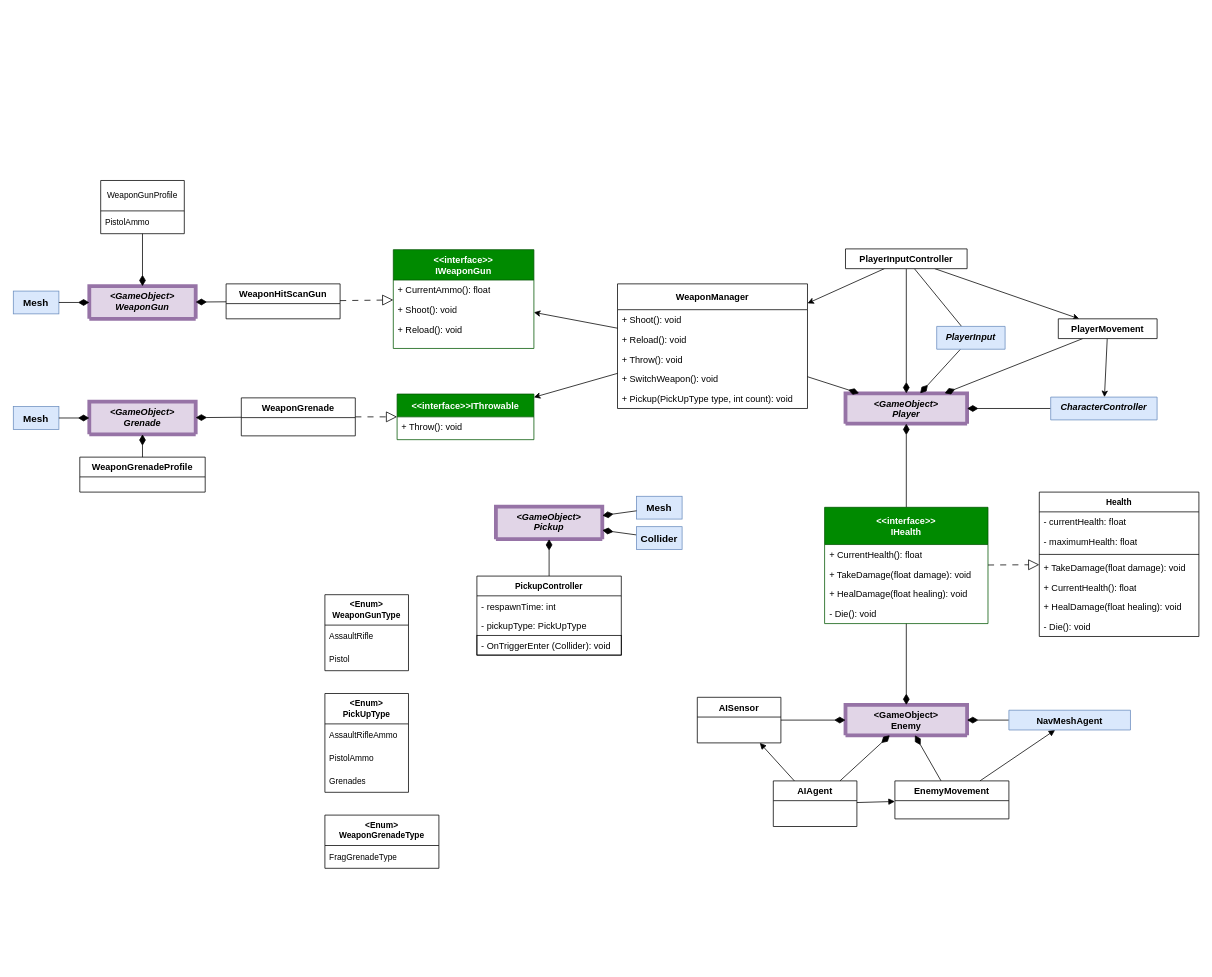
dana-jadzia/SGD213_Task-2-Wiki keeps this draw.io diagram as Entities.drawio. Above is the earlier version. Source tidied: cells renumbered, new cells numbered last; positions are measured from the earlier drawing's top-left corner, leaving out a move shared by most shapes. Both pictures are drawn from the tidied source at 76%, with x=0, y=0 at pixel (13, 180).
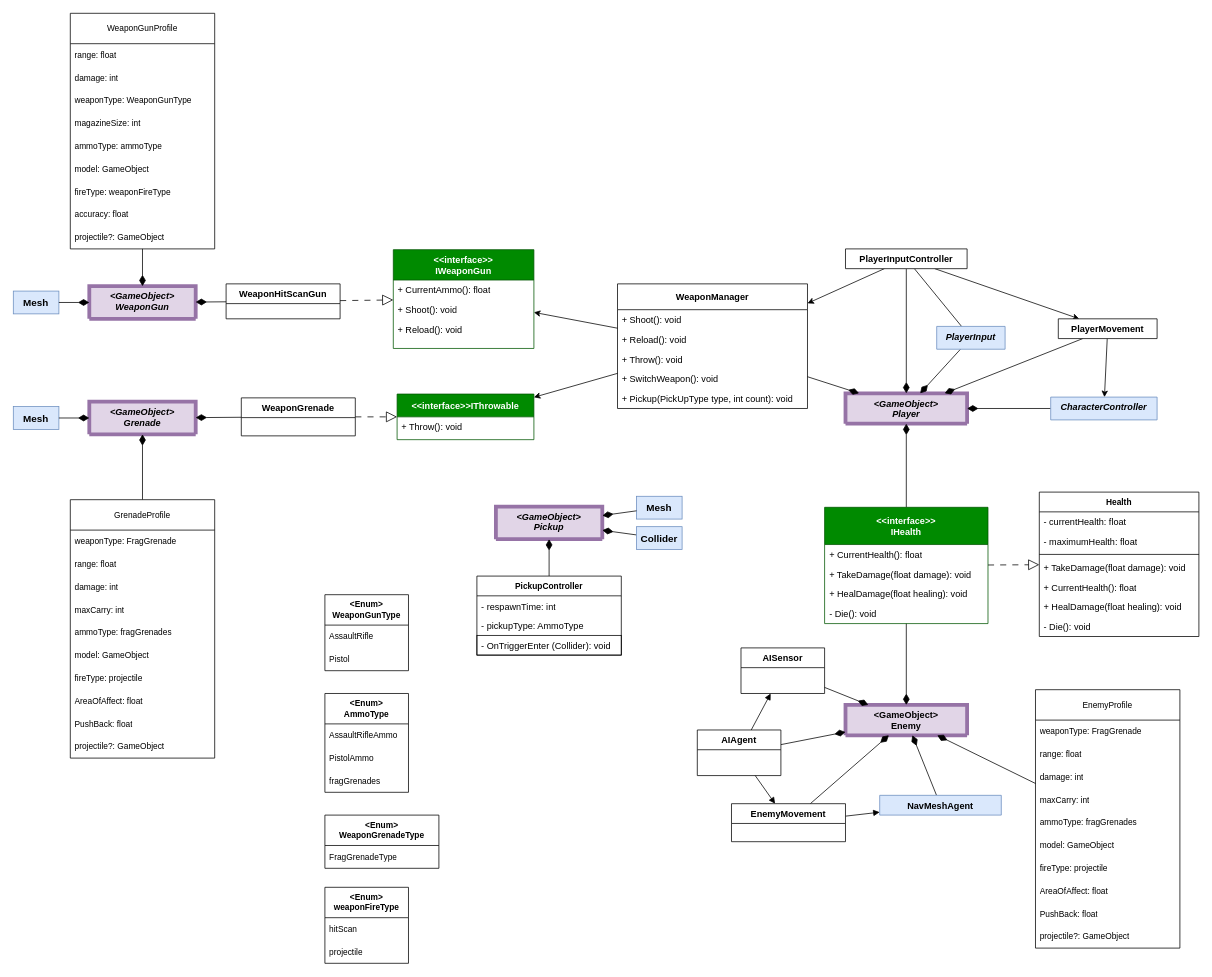
The same diagram, later.

Unchanged cells that the change refers to:
```xml
<mxCell id="3" value="&lt;GameObject&gt;&#10;Enemy" style="swimlane;fontStyle=1;align=center;verticalAlign=top;horizontal=1;startSize=40;rounded=0;shadow=0;strokeWidth=5;fillColor=#e1d5e7;strokeColor=#9673a6;" parent="1" vertex="1" collapsed="1">
  <mxGeometry x="1095" y="690" width="160" height="40" as="geometry" />
</mxCell>
<mxCell id="59" value="PickupController" style="swimlane;fontStyle=1;align=center;verticalAlign=top;horizontal=1;startSize=26;whiteSpace=wrap;html=1;fontFamily=Helvetica;fontSize=11;fontColor=default;labelBackgroundColor=default;strokeColor=default;" parent="1" vertex="1">
  <mxGeometry x="610" y="520.5" width="190" height="104" as="geometry" />
</mxCell>
<mxCell id="74" value="&lt;GameObject&gt;&#10;Grenade" style="swimlane;fontStyle=3;align=center;verticalAlign=top;horizontal=1;startSize=43;rounded=0;shadow=0;strokeWidth=5;fillColor=#e1d5e7;strokeColor=#9673a6;" parent="1" vertex="1" collapsed="1">
  <mxGeometry x="100" y="291" width="140" height="43" as="geometry" />
</mxCell>
```

Change to the diagram source:
```diff
@@
     <mxCell id="26" value="AIAgent" style="swimlane;fontStyle=1;align=center;verticalAlign=top;horizontal=1;startSize=26;rounded=0;shadow=0;strokeWidth=1;" parent="1" vertex="1">
-      <mxGeometry x="1000" y="790" width="110" height="60" as="geometry" />
+      <mxGeometry x="900" y="723" width="110" height="60" as="geometry" />
     </mxCell>
@@
     <mxCell id="29" value="EnemyMovement" style="swimlane;fontStyle=1;align=center;verticalAlign=top;horizontal=1;startSize=26;rounded=0;shadow=0;strokeWidth=1;" parent="1" vertex="1">
-      <mxGeometry x="1160" y="790" width="150" height="50" as="geometry" />
+      <mxGeometry x="945" y="820" width="150" height="50" as="geometry" />
     </mxCell>
@@
     <mxCell id="32" value="AISensor" style="swimlane;fontStyle=1;align=center;verticalAlign=top;horizontal=1;startSize=26;rounded=0;shadow=0;strokeWidth=1;" parent="1" vertex="1">
-      <mxGeometry x="900" y="680" width="110" height="60" as="geometry" />
+      <mxGeometry x="957.5" y="615" width="110" height="60" as="geometry" />
     </mxCell>
@@
     <mxCell id="34" value="NavMeshAgent" style="swimlane;fontStyle=1;align=center;verticalAlign=top;horizontal=1;startSize=26;rounded=0;shadow=0;strokeWidth=1;fillColor=#dae8fc;strokeColor=#6c8ebf;" parent="1" vertex="1" collapsed="1">
-      <mxGeometry x="1310" y="697" width="160" height="26" as="geometry" />
+      <mxGeometry x="1140" y="809" width="160" height="26" as="geometry" />
     </mxCell>
@@
-    <mxCell id="61" value="- pickupType: PickUpType" style="text;strokeColor=none;fillColor=none;align=left;verticalAlign=top;spacingLeft=4;spacingRight=4;overflow=hidden;whiteSpace=wrap;html=1;" parent="59" vertex="1">
+    <mxCell id="61" value="- pickupType: AmmoType" style="text;strokeColor=none;fillColor=none;align=left;verticalAlign=top;spacingLeft=4;spacingRight=4;overflow=hidden;whiteSpace=wrap;html=1;" parent="59" vertex="1">
       <mxGeometry y="52" width="190" height="26" as="geometry" />
     </mxCell>
@@
-    <mxCell id="63" value="&lt;div&gt;&lt;b&gt;&amp;lt;Enum&amp;gt;&lt;/b&gt;&lt;/div&gt;&lt;div&gt;&lt;b&gt;PickUpType&lt;/b&gt;&lt;/div&gt;" style="swimlane;fontStyle=0;horizontal=1;startSize=40;whiteSpace=wrap;html=1;fontFamily=Helvetica;fontSize=11;fontColor=default;labelBackgroundColor=default;" parent="1" vertex="1">
+    <mxCell id="63" value="&lt;div&gt;&lt;b&gt;&amp;lt;Enum&amp;gt;&lt;/b&gt;&lt;/div&gt;&lt;div&gt;&lt;b&gt;AmmoType&lt;/b&gt;&lt;/div&gt;" style="swimlane;fontStyle=0;horizontal=1;startSize=40;whiteSpace=wrap;html=1;fontFamily=Helvetica;fontSize=11;fontColor=default;labelBackgroundColor=default;" parent="1" vertex="1">
       <mxGeometry x="410" y="675" width="110" height="130" as="geometry" />
     </mxCell>
@@
-    <mxCell id="66" value="Grenades" style="text;strokeColor=none;fillColor=none;align=left;verticalAlign=middle;spacingLeft=4;spacingRight=4;overflow=hidden;whiteSpace=wrap;html=1;fontFamily=Helvetica;fontSize=11;fontColor=default;labelBackgroundColor=default;" parent="63" vertex="1">
+    <mxCell id="66" value="fragGrenades" style="text;strokeColor=none;fillColor=none;align=left;verticalAlign=middle;spacingLeft=4;spacingRight=4;overflow=hidden;whiteSpace=wrap;html=1;fontFamily=Helvetica;fontSize=11;fontColor=default;labelBackgroundColor=default;" parent="63" vertex="1">
       <mxGeometry y="100" width="110" height="30" as="geometry" />
     </mxCell>
@@
-    <mxCell id="83" value="WeaponGrenadeProfile" style="swimlane;fontStyle=1;align=center;verticalAlign=top;horizontal=1;startSize=26;rounded=0;shadow=0;strokeWidth=1;" parent="1" vertex="1">
-      <mxGeometry x="87.5" y="364" width="165" height="46" as="geometry" />
-    </mxCell>
-    <mxCell id="84" style="rounded=0;jettySize=auto;html=1;endArrow=diamondThin;endFill=1;endSize=12;" parent="1" edge="1" source="83" target="74">
+    <mxCell id="84" style="rounded=0;jettySize=auto;html=1;endArrow=diamondThin;endFill=1;endSize=12;" parent="1" edge="1" source="105" target="74">
       <mxGeometry relative="1" as="geometry" />
     </mxCell>
@@
     <mxCell id="92" value="WeaponGunProfile" style="swimlane;fontStyle=0;horizontal=1;startSize=40;whiteSpace=wrap;html=1;fontFamily=Helvetica;fontSize=11;fontColor=default;labelBackgroundColor=default;" parent="1" vertex="1">
-      <mxGeometry x="115" width="110" height="70" as="geometry" />
+      <mxGeometry x="75" y="-220" width="190" height="310" as="geometry" />
     </mxCell>
-    <mxCell id="93" value="PistolAmmo" style="text;strokeColor=none;fillColor=none;align=left;verticalAlign=middle;spacingLeft=4;spacingRight=4;overflow=hidden;whiteSpace=wrap;html=1;fontFamily=Helvetica;fontSize=11;fontColor=default;labelBackgroundColor=default;" parent="92" vertex="1">
-      <mxGeometry y="40" width="110" height="30" as="geometry" />
+    <mxCell id="93" value="range: float" style="text;strokeColor=none;fillColor=none;align=left;verticalAlign=middle;spacingLeft=4;spacingRight=4;overflow=hidden;whiteSpace=wrap;html=1;fontFamily=Helvetica;fontSize=11;fontColor=default;labelBackgroundColor=default;" parent="92" vertex="1">
+      <mxGeometry y="40" width="190" height="30" as="geometry" />
     </mxCell>
+    <mxCell id="94" value="damage: int" style="text;strokeColor=none;fillColor=none;align=left;verticalAlign=middle;spacingLeft=4;spacingRight=4;overflow=hidden;whiteSpace=wrap;html=1;fontFamily=Helvetica;fontSize=11;fontColor=default;labelBackgroundColor=default;" parent="92" vertex="1">
+      <mxGeometry y="70" width="190" height="30" as="geometry" />
+    </mxCell>
+    <mxCell id="95" value="weaponType: WeaponGunType" style="text;strokeColor=none;fillColor=none;align=left;verticalAlign=middle;spacingLeft=4;spacingRight=4;overflow=hidden;whiteSpace=wrap;html=1;fontFamily=Helvetica;fontSize=11;fontColor=default;labelBackgroundColor=default;" parent="92" vertex="1">
+      <mxGeometry y="100" width="190" height="30" as="geometry" />
+    </mxCell>
+    <mxCell id="96" value="magazineSize: int" style="text;strokeColor=none;fillColor=none;align=left;verticalAlign=middle;spacingLeft=4;spacingRight=4;overflow=hidden;whiteSpace=wrap;html=1;fontFamily=Helvetica;fontSize=11;fontColor=default;labelBackgroundColor=default;" parent="92" vertex="1">
+      <mxGeometry y="130" width="190" height="30" as="geometry" />
+    </mxCell>
+    <mxCell id="97" value="ammoType: ammoType" style="text;strokeColor=none;fillColor=none;align=left;verticalAlign=middle;spacingLeft=4;spacingRight=4;overflow=hidden;whiteSpace=wrap;html=1;fontFamily=Helvetica;fontSize=11;fontColor=default;labelBackgroundColor=default;" parent="92" vertex="1">
+      <mxGeometry y="160" width="190" height="30" as="geometry" />
+    </mxCell>
+    <mxCell id="98" value="model: GameObject" style="text;strokeColor=none;fillColor=none;align=left;verticalAlign=middle;spacingLeft=4;spacingRight=4;overflow=hidden;whiteSpace=wrap;html=1;fontFamily=Helvetica;fontSize=11;fontColor=default;labelBackgroundColor=default;" parent="92" vertex="1">
+      <mxGeometry y="190" width="190" height="30" as="geometry" />
+    </mxCell>
+    <mxCell id="99" value="fireType: weaponFireType" style="text;strokeColor=none;fillColor=none;align=left;verticalAlign=middle;spacingLeft=4;spacingRight=4;overflow=hidden;whiteSpace=wrap;html=1;fontFamily=Helvetica;fontSize=11;fontColor=default;labelBackgroundColor=default;" parent="92" vertex="1">
+      <mxGeometry y="220" width="190" height="30" as="geometry" />
+    </mxCell>
+    <mxCell id="100" value="accuracy: float" style="text;strokeColor=none;fillColor=none;align=left;verticalAlign=middle;spacingLeft=4;spacingRight=4;overflow=hidden;whiteSpace=wrap;html=1;fontFamily=Helvetica;fontSize=11;fontColor=default;labelBackgroundColor=default;" parent="92" vertex="1">
+      <mxGeometry y="250" width="190" height="30" as="geometry" />
+    </mxCell>
+    <mxCell id="101" value="projectile?: GameObject" style="text;strokeColor=none;fillColor=none;align=left;verticalAlign=middle;spacingLeft=4;spacingRight=4;overflow=hidden;whiteSpace=wrap;html=1;fontFamily=Helvetica;fontSize=11;fontColor=default;labelBackgroundColor=default;" parent="92" vertex="1">
+      <mxGeometry y="280" width="190" height="30" as="geometry" />
+    </mxCell>
+    <mxCell id="102" value="&lt;div&gt;&lt;b&gt;&amp;lt;Enum&amp;gt;&lt;/b&gt;&lt;/div&gt;&lt;div&gt;&lt;b&gt;weaponFireType&lt;/b&gt;&lt;/div&gt;" style="swimlane;fontStyle=0;horizontal=1;startSize=40;whiteSpace=wrap;html=1;fontFamily=Helvetica;fontSize=11;fontColor=default;labelBackgroundColor=default;" parent="1" vertex="1">
+      <mxGeometry x="410" y="930" width="110" height="100" as="geometry" />
+    </mxCell>
+    <mxCell id="103" value="hitScan" style="text;strokeColor=none;fillColor=none;align=left;verticalAlign=middle;spacingLeft=4;spacingRight=4;overflow=hidden;whiteSpace=wrap;html=1;fontFamily=Helvetica;fontSize=11;fontColor=default;labelBackgroundColor=default;" parent="102" vertex="1">
+      <mxGeometry y="40" width="110" height="30" as="geometry" />
+    </mxCell>
+    <mxCell id="104" value="projectile" style="text;strokeColor=none;fillColor=none;align=left;verticalAlign=middle;spacingLeft=4;spacingRight=4;overflow=hidden;whiteSpace=wrap;html=1;fontFamily=Helvetica;fontSize=11;fontColor=default;labelBackgroundColor=default;" parent="102" vertex="1">
+      <mxGeometry y="70" width="110" height="30" as="geometry" />
+    </mxCell>
+    <mxCell id="105" value="GrenadeProfile" style="swimlane;fontStyle=0;horizontal=1;startSize=40;whiteSpace=wrap;html=1;fontFamily=Helvetica;fontSize=11;fontColor=default;labelBackgroundColor=default;" parent="1" vertex="1">
+      <mxGeometry x="75" y="420" width="190" height="340" as="geometry" />
+    </mxCell>
+    <mxCell id="106" value="weaponType: FragGrenade" style="text;strokeColor=none;fillColor=none;align=left;verticalAlign=middle;spacingLeft=4;spacingRight=4;overflow=hidden;whiteSpace=wrap;html=1;fontFamily=Helvetica;fontSize=11;fontColor=default;labelBackgroundColor=default;" parent="105" vertex="1">
+      <mxGeometry y="40" width="190" height="30" as="geometry" />
+    </mxCell>
+    <mxCell id="107" value="range: float" style="text;strokeColor=none;fillColor=none;align=left;verticalAlign=middle;spacingLeft=4;spacingRight=4;overflow=hidden;whiteSpace=wrap;html=1;fontFamily=Helvetica;fontSize=11;fontColor=default;labelBackgroundColor=default;" parent="105" vertex="1">
+      <mxGeometry y="70" width="190" height="30" as="geometry" />
+    </mxCell>
+    <mxCell id="108" value="damage: int" style="text;strokeColor=none;fillColor=none;align=left;verticalAlign=middle;spacingLeft=4;spacingRight=4;overflow=hidden;whiteSpace=wrap;html=1;fontFamily=Helvetica;fontSize=11;fontColor=default;labelBackgroundColor=default;" parent="105" vertex="1">
+      <mxGeometry y="100" width="190" height="30" as="geometry" />
+    </mxCell>
+    <mxCell id="109" value="maxCarry: int" style="text;strokeColor=none;fillColor=none;align=left;verticalAlign=middle;spacingLeft=4;spacingRight=4;overflow=hidden;whiteSpace=wrap;html=1;fontFamily=Helvetica;fontSize=11;fontColor=default;labelBackgroundColor=default;" parent="105" vertex="1">
+      <mxGeometry y="130" width="190" height="30" as="geometry" />
+    </mxCell>
+    <mxCell id="110" value="ammoType: fragGrenades" style="text;strokeColor=none;fillColor=none;align=left;verticalAlign=middle;spacingLeft=4;spacingRight=4;overflow=hidden;whiteSpace=wrap;html=1;fontFamily=Helvetica;fontSize=11;fontColor=default;labelBackgroundColor=default;" parent="105" vertex="1">
+      <mxGeometry y="160" width="190" height="30" as="geometry" />
+    </mxCell>
+    <mxCell id="111" value="model: GameObject" style="text;strokeColor=none;fillColor=none;align=left;verticalAlign=middle;spacingLeft=4;spacingRight=4;overflow=hidden;whiteSpace=wrap;html=1;fontFamily=Helvetica;fontSize=11;fontColor=default;labelBackgroundColor=default;" parent="105" vertex="1">
+      <mxGeometry y="190" width="190" height="30" as="geometry" />
+    </mxCell>
+    <mxCell id="112" value="fireType: projectile" style="text;strokeColor=none;fillColor=none;align=left;verticalAlign=middle;spacingLeft=4;spacingRight=4;overflow=hidden;whiteSpace=wrap;html=1;fontFamily=Helvetica;fontSize=11;fontColor=default;labelBackgroundColor=default;" parent="105" vertex="1">
+      <mxGeometry y="220" width="190" height="30" as="geometry" />
+    </mxCell>
+    <mxCell id="113" value="AreaOfAffect: float" style="text;strokeColor=none;fillColor=none;align=left;verticalAlign=middle;spacingLeft=4;spacingRight=4;overflow=hidden;whiteSpace=wrap;html=1;fontFamily=Helvetica;fontSize=11;fontColor=default;labelBackgroundColor=default;" parent="105" vertex="1">
+      <mxGeometry y="250" width="190" height="30" as="geometry" />
+    </mxCell>
+    <mxCell id="114" value="PushBack: float" style="text;strokeColor=none;fillColor=none;align=left;verticalAlign=middle;spacingLeft=4;spacingRight=4;overflow=hidden;whiteSpace=wrap;html=1;fontFamily=Helvetica;fontSize=11;fontColor=default;labelBackgroundColor=default;" parent="105" vertex="1">
+      <mxGeometry y="280" width="190" height="30" as="geometry" />
+    </mxCell>
+    <mxCell id="115" value="projectile?: GameObject" style="text;strokeColor=none;fillColor=none;align=left;verticalAlign=middle;spacingLeft=4;spacingRight=4;overflow=hidden;whiteSpace=wrap;html=1;fontFamily=Helvetica;fontSize=11;fontColor=default;labelBackgroundColor=default;" parent="105" vertex="1">
+      <mxGeometry y="310" width="190" height="30" as="geometry" />
+    </mxCell>
+    <mxCell id="116" style="rounded=0;jettySize=auto;html=1;endArrow=diamondThin;endFill=1;endSize=12;" parent="1" edge="1" source="117" target="3">
+      <mxGeometry relative="1" as="geometry" />
+    </mxCell>
+    <mxCell id="117" value="EnemyProfile" style="swimlane;fontStyle=0;horizontal=1;startSize=40;whiteSpace=wrap;html=1;fontFamily=Helvetica;fontSize=11;fontColor=default;labelBackgroundColor=default;" parent="1" vertex="1">
+      <mxGeometry x="1345" y="670" width="190" height="340" as="geometry" />
+    </mxCell>
+    <mxCell id="118" value="weaponType: FragGrenade" style="text;strokeColor=none;fillColor=none;align=left;verticalAlign=middle;spacingLeft=4;spacingRight=4;overflow=hidden;whiteSpace=wrap;html=1;fontFamily=Helvetica;fontSize=11;fontColor=default;labelBackgroundColor=default;" parent="117" vertex="1">
+      <mxGeometry y="40" width="190" height="30" as="geometry" />
+    </mxCell>
+    <mxCell id="119" value="range: float" style="text;strokeColor=none;fillColor=none;align=left;verticalAlign=middle;spacingLeft=4;spacingRight=4;overflow=hidden;whiteSpace=wrap;html=1;fontFamily=Helvetica;fontSize=11;fontColor=default;labelBackgroundColor=default;" parent="117" vertex="1">
+      <mxGeometry y="70" width="190" height="30" as="geometry" />
+    </mxCell>
+    <mxCell id="120" value="damage: int" style="text;strokeColor=none;fillColor=none;align=left;verticalAlign=middle;spacingLeft=4;spacingRight=4;overflow=hidden;whiteSpace=wrap;html=1;fontFamily=Helvetica;fontSize=11;fontColor=default;labelBackgroundColor=default;" parent="117" vertex="1">
+      <mxGeometry y="100" width="190" height="30" as="geometry" />
+    </mxCell>
+    <mxCell id="121" value="maxCarry: int" style="text;strokeColor=none;fillColor=none;align=left;verticalAlign=middle;spacingLeft=4;spacingRight=4;overflow=hidden;whiteSpace=wrap;html=1;fontFamily=Helvetica;fontSize=11;fontColor=default;labelBackgroundColor=default;" parent="117" vertex="1">
+      <mxGeometry y="130" width="190" height="30" as="geometry" />
+    </mxCell>
+    <mxCell id="122" value="ammoType: fragGrenades" style="text;strokeColor=none;fillColor=none;align=left;verticalAlign=middle;spacingLeft=4;spacingRight=4;overflow=hidden;whiteSpace=wrap;html=1;fontFamily=Helvetica;fontSize=11;fontColor=default;labelBackgroundColor=default;" parent="117" vertex="1">
+      <mxGeometry y="160" width="190" height="30" as="geometry" />
+    </mxCell>
+    <mxCell id="123" value="model: GameObject" style="text;strokeColor=none;fillColor=none;align=left;verticalAlign=middle;spacingLeft=4;spacingRight=4;overflow=hidden;whiteSpace=wrap;html=1;fontFamily=Helvetica;fontSize=11;fontColor=default;labelBackgroundColor=default;" parent="117" vertex="1">
+      <mxGeometry y="190" width="190" height="30" as="geometry" />
+    </mxCell>
+    <mxCell id="124" value="fireType: projectile" style="text;strokeColor=none;fillColor=none;align=left;verticalAlign=middle;spacingLeft=4;spacingRight=4;overflow=hidden;whiteSpace=wrap;html=1;fontFamily=Helvetica;fontSize=11;fontColor=default;labelBackgroundColor=default;" parent="117" vertex="1">
+      <mxGeometry y="220" width="190" height="30" as="geometry" />
+    </mxCell>
+    <mxCell id="125" value="AreaOfAffect: float" style="text;strokeColor=none;fillColor=none;align=left;verticalAlign=middle;spacingLeft=4;spacingRight=4;overflow=hidden;whiteSpace=wrap;html=1;fontFamily=Helvetica;fontSize=11;fontColor=default;labelBackgroundColor=default;" parent="117" vertex="1">
+      <mxGeometry y="250" width="190" height="30" as="geometry" />
+    </mxCell>
+    <mxCell id="126" value="PushBack: float" style="text;strokeColor=none;fillColor=none;align=left;verticalAlign=middle;spacingLeft=4;spacingRight=4;overflow=hidden;whiteSpace=wrap;html=1;fontFamily=Helvetica;fontSize=11;fontColor=default;labelBackgroundColor=default;" parent="117" vertex="1">
+      <mxGeometry y="280" width="190" height="30" as="geometry" />
+    </mxCell>
+    <mxCell id="127" value="projectile?: GameObject" style="text;strokeColor=none;fillColor=none;align=left;verticalAlign=middle;spacingLeft=4;spacingRight=4;overflow=hidden;whiteSpace=wrap;html=1;fontFamily=Helvetica;fontSize=11;fontColor=default;labelBackgroundColor=default;" parent="117" vertex="1">
+      <mxGeometry y="310" width="190" height="30" as="geometry" />
+    </mxCell>
```
